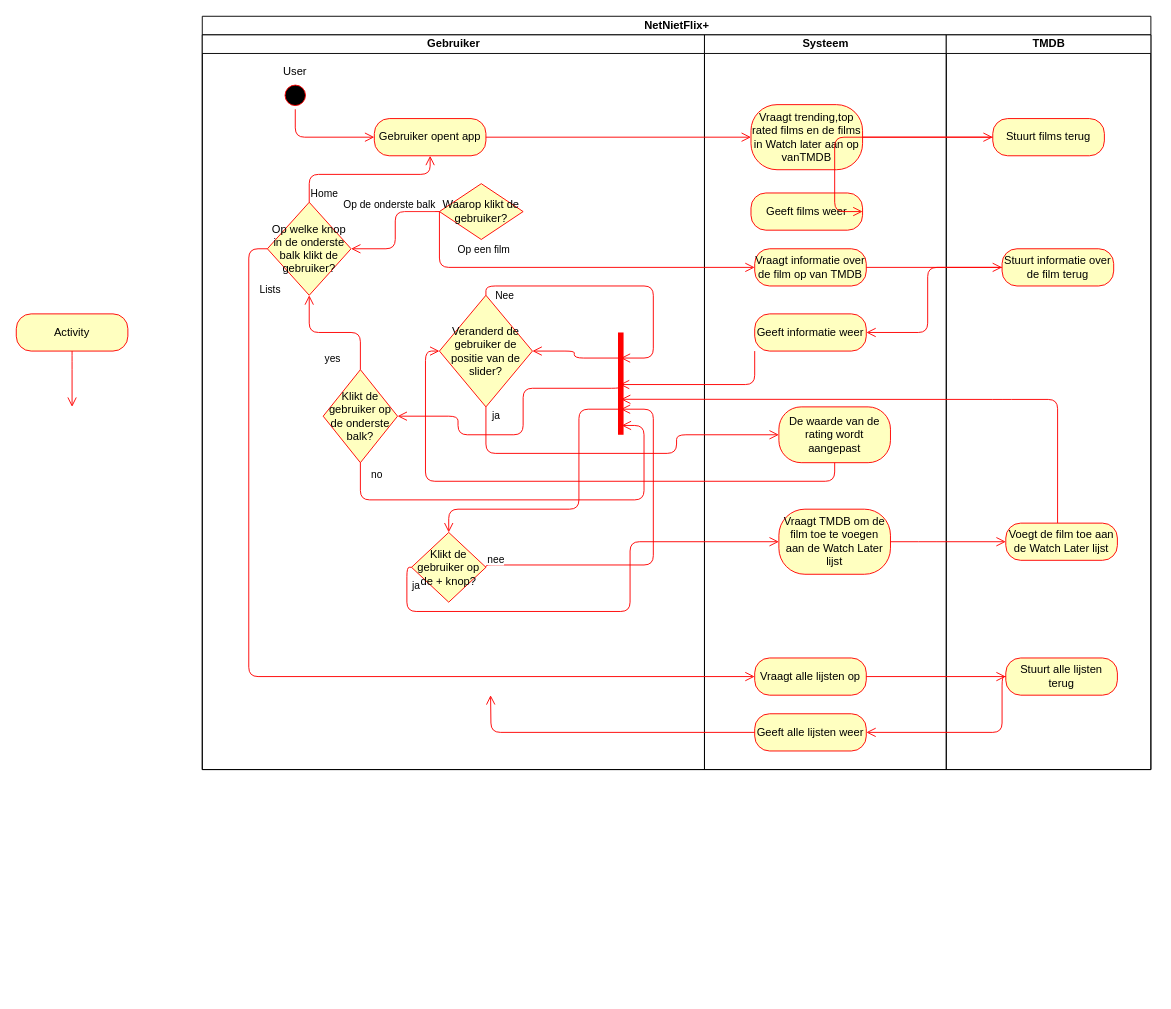
TeaDrinkingProgrammer/NetNietFlix keeps this draw.io diagram as page "Activity diagram" (5 of 5) of Diagrams/ERD.drawio. Above is the earlier version. Source tidied: cells renumbered, new cells numbered last; positions are measured from the earlier drawing's top-left corner, leaving out a move shared by most shapes. Both pictures are drawn from the tidied source at 93%, with x=0, y=0 at pixel (16, 16).
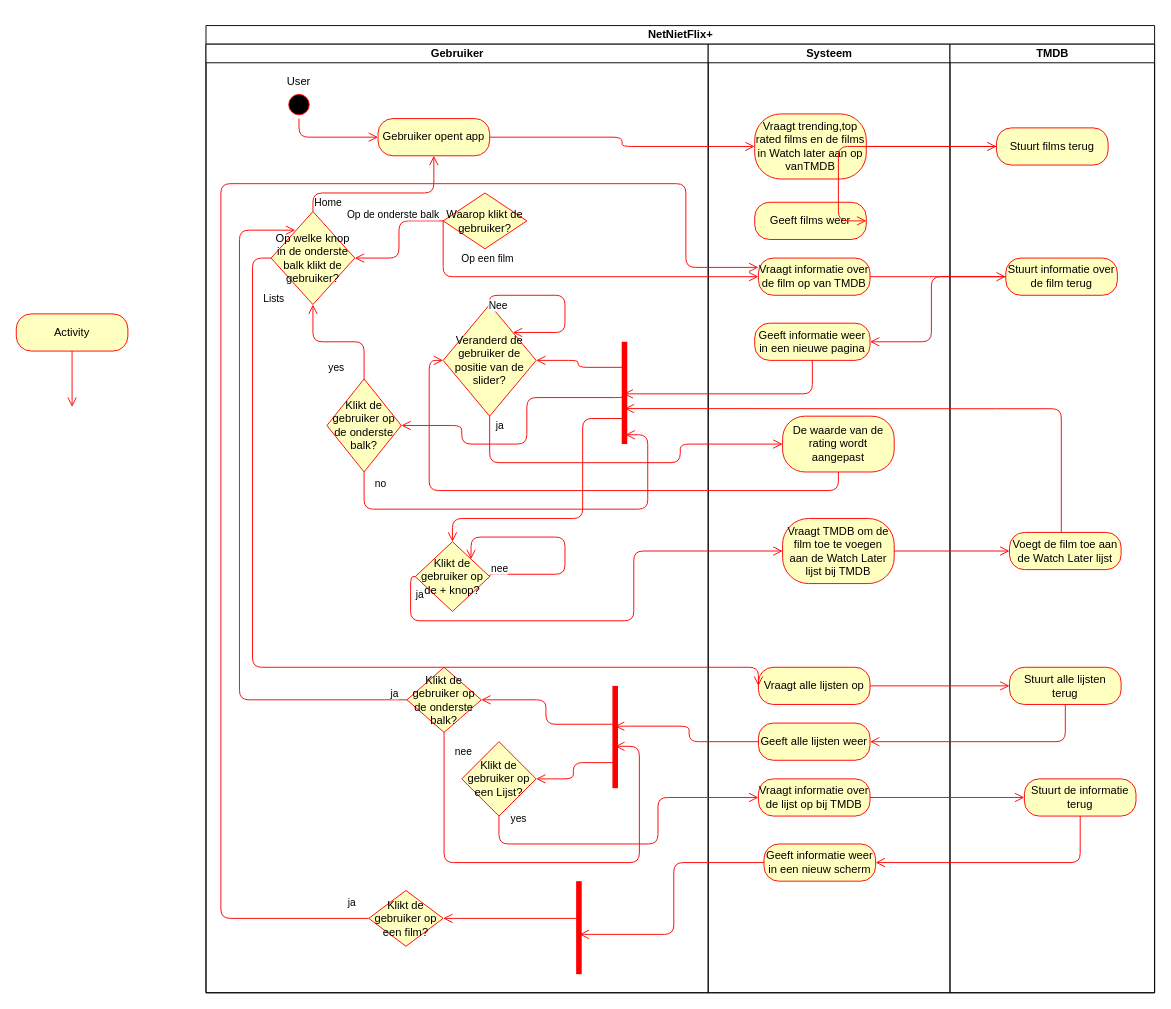
After the change.

The change refers to these unchanged cells:
```xml
<mxCell id="4" style="ellipse;html=1;shape=startState;fillColor=#000000;strokeColor=#ff0000;" parent="3" vertex="1">
  <mxGeometry x="85" y="50" width="30" height="30" as="geometry" />
</mxCell>
<mxCell id="8" value="Op welke knop in de onderste balk klikt de gebruiker?" style="rhombus;whiteSpace=wrap;html=1;fillColor=#ffffc0;strokeColor=#ff0000;" parent="3" vertex="1">
  <mxGeometry x="70" y="180" width="90" height="100" as="geometry" />
</mxCell>
<mxCell id="12" value="Veranderd de gebruiker de positie van de slider?" style="rhombus;whiteSpace=wrap;html=1;fillColor=#ffffc0;strokeColor=#ff0000;" parent="3" vertex="1">
  <mxGeometry x="255" y="280" width="100" height="120" as="geometry" />
</mxCell>
<mxCell id="13" style="shape=line;html=1;strokeWidth=6;strokeColor=#ff0000;direction=south;" parent="3" vertex="1">
  <mxGeometry x="445" y="320" width="10" height="110" as="geometry" />
</mxCell>
<mxCell id="16" value="Klikt de gebruiker op de + knop?" style="rhombus;whiteSpace=wrap;html=1;fillColor=#ffffc0;strokeColor=#ff0000;" parent="3" vertex="1">
  <mxGeometry x="225" y="535" width="80" height="75" as="geometry" />
</mxCell>
<mxCell id="27" value="Vraagt alle lijsten op" style="rounded=1;whiteSpace=wrap;html=1;arcSize=40;fontColor=#000000;fillColor=#ffffc0;strokeColor=#ff0000;" parent="24" vertex="1">
  <mxGeometry x="54" y="670" width="120" height="40" as="geometry" />
</mxCell>
<mxCell id="28" value="Geeft alle lijsten weer" style="rounded=1;whiteSpace=wrap;html=1;arcSize=40;fontColor=#000000;fillColor=#ffffc0;strokeColor=#ff0000;" parent="24" vertex="1">
  <mxGeometry x="54" y="730" width="120" height="40" as="geometry" />
</mxCell>
<mxCell id="30" value="Vraagt informatie over de film op van TMDB" style="rounded=1;whiteSpace=wrap;html=1;arcSize=40;fontColor=#000000;fillColor=#ffffc0;strokeColor=#ff0000;" parent="24" vertex="1">
  <mxGeometry x="54" y="230" width="120" height="40" as="geometry" />
</mxCell>
<mxCell id="37" value="Stuurt alle lijsten terug" style="rounded=1;whiteSpace=wrap;html=1;arcSize=40;fontColor=#000000;fillColor=#ffffc0;strokeColor=#ff0000;" parent="35" vertex="1">
  <mxGeometry x="64" y="670" width="120" height="40" as="geometry" />
</mxCell>
```

What changed in the source:
```diff
@@
     <mxCell id="2" value="NetNietFlix+" style="swimlane;html=1;startSize=20;" parent="1" vertex="1">
-      <mxGeometry x="200" width="1020" height="810" as="geometry" />
+      <mxGeometry x="204" y="10" width="1020" height="1040" as="geometry" />
     </mxCell>
     <mxCell id="3" value="Gebruiker" style="swimlane;html=1;startSize=20;" parent="2" vertex="1">
-      <mxGeometry y="20" width="540" height="790" as="geometry" />
+      <mxGeometry y="20" width="540" height="1020" as="geometry" />
     </mxCell>
@@
     <mxCell id="6" value="Gebruiker opent app" style="rounded=1;whiteSpace=wrap;html=1;arcSize=40;fontColor=#000000;fillColor=#ffffc0;strokeColor=#ff0000;" parent="3" vertex="1">
-      <mxGeometry x="185" y="90" width="120" height="40" as="geometry" />
+      <mxGeometry x="185" y="80" width="120" height="40" as="geometry" />
     </mxCell>
     <mxCell id="7" style="edgeStyle=orthogonalEdgeStyle;html=1;verticalAlign=bottom;endArrow=open;endSize=8;strokeColor=#ff0000;entryX=0;entryY=0.5;entryDx=0;entryDy=0;" parent="3" edge="1" source="4" target="6">
       <mxGeometry relative="1" as="geometry">
         <Array as="points">
-          <mxPoint x="100" y="110" />
+          <mxPoint x="100" y="100" />
         </Array>
       </mxGeometry>
     </mxCell>
@@
     <mxCell id="9" value="Home" style="edgeStyle=orthogonalEdgeStyle;html=1;align=left;verticalAlign=bottom;endArrow=open;endSize=8;strokeColor=#ff0000;exitX=0.5;exitY=0;exitDx=0;exitDy=0;entryX=0.5;entryY=1;entryDx=0;entryDy=0;" parent="3" edge="1" source="8" target="6">
       <mxGeometry x="-1" relative="1" as="geometry">
         <Array as="points">
-          <mxPoint x="115" y="150" />
-          <mxPoint x="245" y="150" />
+          <mxPoint x="115" y="160" />
+          <mxPoint x="245" y="160" />
         </Array>
       </mxGeometry>
     </mxCell>
@@
-    <mxCell id="17" value="nee" style="edgeStyle=orthogonalEdgeStyle;html=1;align=left;verticalAlign=bottom;endArrow=open;endSize=8;strokeColor=#ff0000;entryX=0.75;entryY=0.5;entryDx=0;entryDy=0;exitX=1;exitY=0.5;exitDx=0;exitDy=0;entryPerimeter=0;" parent="3" edge="1" source="16" target="13">
+    <mxCell id="17" value="nee" style="edgeStyle=orthogonalEdgeStyle;html=1;align=left;verticalAlign=bottom;endArrow=open;endSize=8;strokeColor=#ff0000;entryX=1;entryY=0;entryDx=0;entryDy=0;exitX=1;exitY=0.5;exitDx=0;exitDy=0;" parent="3" edge="1" source="16" target="16">
       <mxGeometry x="-1" relative="1" as="geometry">
         <Array as="points">
-          <mxPoint x="485" y="570" />
-          <mxPoint x="485" y="403" />
+          <mxPoint x="305" y="570" />
+          <mxPoint x="386" y="570" />
+          <mxPoint x="386" y="530" />
+          <mxPoint x="285" y="530" />
         </Array>
       </mxGeometry>
     </mxCell>
@@
-    <mxCell id="19" value="Nee" style="edgeStyle=orthogonalEdgeStyle;html=1;verticalAlign=bottom;endArrow=open;endSize=8;strokeColor=#ff0000;exitX=0.5;exitY=0;exitDx=0;exitDy=0;entryX=0.25;entryY=0.5;entryDx=0;entryDy=0;entryPerimeter=0;" parent="3" edge="1" source="12" target="13">
+    <mxCell id="19" value="Nee" style="edgeStyle=orthogonalEdgeStyle;html=1;verticalAlign=bottom;endArrow=open;endSize=8;strokeColor=#ff0000;exitX=0.5;exitY=0;exitDx=0;exitDy=0;entryX=1;entryY=0;entryDx=0;entryDy=0;" parent="3" edge="1" source="12" target="12">
       <mxGeometry x="-0.8" y="-20" relative="1" as="geometry">
         <Array as="points">
           <mxPoint x="305" y="270" />
-          <mxPoint x="485" y="270" />
-          <mxPoint x="485" y="348" />
+          <mxPoint x="386" y="270" />
+          <mxPoint x="386" y="310" />
         </Array>
       </mxGeometry>
     </mxCell>
@@
+    <mxCell id="56" value="Klikt de gebruiker op een Lijst?" style="rhombus;whiteSpace=wrap;html=1;fillColor=#ffffc0;strokeColor=#ff0000;" parent="3" vertex="1">
+      <mxGeometry x="275" y="750" width="80" height="80" as="geometry" />
+    </mxCell>
+    <mxCell id="57" value="Klikt de gebruiker op een film?" style="rhombus;whiteSpace=wrap;html=1;fillColor=#ffffc0;strokeColor=#ff0000;" parent="3" vertex="1">
+      <mxGeometry x="175" y="910" width="80" height="60" as="geometry" />
+    </mxCell>
+    <mxCell id="58" style="shape=line;html=1;strokeWidth=6;strokeColor=#ff0000;direction=south;" parent="3" vertex="1">
+      <mxGeometry x="396" y="900" width="10" height="100" as="geometry" />
+    </mxCell>
+    <mxCell id="59" style="edgeStyle=orthogonalEdgeStyle;html=1;verticalAlign=bottom;endArrow=open;endSize=8;strokeColor=#ff0000;entryX=1;entryY=0.5;entryDx=0;entryDy=0;" parent="3" edge="1" target="57">
+      <mxGeometry relative="1" as="geometry">
+        <mxPoint x="401" y="940" as="sourcePoint" />
+        <Array as="points">
+          <mxPoint x="401" y="940" />
+        </Array>
+      </mxGeometry>
+    </mxCell>
+    <mxCell id="60" style="shape=line;html=1;strokeWidth=6;strokeColor=#ff0000;direction=south;" parent="3" vertex="1">
+      <mxGeometry x="435" y="690" width="10" height="110" as="geometry" />
+    </mxCell>
+    <mxCell id="61" style="edgeStyle=orthogonalEdgeStyle;html=1;verticalAlign=bottom;endArrow=open;endSize=8;strokeColor=#ff0000;entryX=1;entryY=0.5;entryDx=0;entryDy=0;exitX=0.75;exitY=0.5;exitDx=0;exitDy=0;exitPerimeter=0;" parent="3" edge="1" source="60" target="56">
+      <mxGeometry relative="1" as="geometry" />
+    </mxCell>
+    <mxCell id="62" value="Klikt de gebruiker op de onderste balk?" style="rhombus;whiteSpace=wrap;html=1;fillColor=#ffffc0;strokeColor=#ff0000;" parent="3" vertex="1">
+      <mxGeometry x="216" y="670" width="80" height="70" as="geometry" />
+    </mxCell>
+    <mxCell id="63" style="edgeStyle=orthogonalEdgeStyle;html=1;align=left;verticalAlign=bottom;endArrow=open;endSize=8;strokeColor=#ff0000;exitX=0.375;exitY=0.459;exitDx=0;exitDy=0;exitPerimeter=0;entryX=1;entryY=0.5;entryDx=0;entryDy=0;" parent="3" edge="1" source="60" target="62">
+      <mxGeometry x="-1" relative="1" as="geometry" />
+    </mxCell>
+    <mxCell id="64" value="ja" style="edgeStyle=orthogonalEdgeStyle;html=1;align=left;verticalAlign=top;endArrow=open;endSize=8;strokeColor=#ff0000;entryX=0.289;entryY=0.2;entryDx=0;entryDy=0;entryPerimeter=0;exitX=0;exitY=0.5;exitDx=0;exitDy=0;" parent="3" edge="1" source="62" target="8">
+      <mxGeometry x="-0.95" y="-20" relative="1" as="geometry">
+        <Array as="points">
+          <mxPoint x="36" y="705" />
+          <mxPoint x="36" y="200" />
+        </Array>
+      </mxGeometry>
+    </mxCell>
+    <mxCell id="65" value="nee" style="edgeStyle=orthogonalEdgeStyle;html=1;align=left;verticalAlign=bottom;endArrow=open;endSize=8;strokeColor=#ff0000;exitX=0.5;exitY=1;exitDx=0;exitDy=0;" parent="3" edge="1" source="62">
+      <mxGeometry x="-0.88" y="10" relative="1" as="geometry">
+        <mxPoint x="440" y="755" as="targetPoint" />
+        <Array as="points">
+          <mxPoint x="256" y="880" />
+          <mxPoint x="466" y="880" />
+          <mxPoint x="466" y="755" />
+        </Array>
+      </mxGeometry>
+    </mxCell>
     <mxCell id="24" value="Systeem" style="swimlane;html=1;startSize=20;" parent="2" vertex="1">
-      <mxGeometry x="540" y="20" width="260" height="790" as="geometry" />
+      <mxGeometry x="540" y="20" width="260" height="1020" as="geometry" />
     </mxCell>
@@
-    <mxCell id="29" style="edgeStyle=orthogonalEdgeStyle;html=1;verticalAlign=bottom;endArrow=open;endSize=8;strokeColor=#ff0000;" parent="24" edge="1" source="28">
-      <mxGeometry relative="1" as="geometry">
-        <mxPoint x="-230" y="710" as="targetPoint" />
-      </mxGeometry>
-    </mxCell>
@@
-    <mxCell id="31" value="Geeft informatie weer" style="rounded=1;whiteSpace=wrap;html=1;arcSize=40;fontColor=#000000;fillColor=#ffffc0;strokeColor=#ff0000;" parent="24" vertex="1">
-      <mxGeometry x="54" y="300" width="120" height="40" as="geometry" />
+    <mxCell id="31" value="Geeft informatie weer in een nieuwe pagina" style="rounded=1;whiteSpace=wrap;html=1;arcSize=40;fontColor=#000000;fillColor=#ffffc0;strokeColor=#ff0000;" parent="24" vertex="1">
+      <mxGeometry x="50" y="300" width="124" height="40" as="geometry" />
     </mxCell>
@@
-    <mxCell id="33" value="Vraagt TMDB om de film toe te voegen aan de Watch Later lijst" style="rounded=1;whiteSpace=wrap;html=1;arcSize=40;fontColor=#000000;fillColor=#ffffc0;strokeColor=#ff0000;" parent="24" vertex="1">
+    <mxCell id="33" value="Vraagt TMDB om de film toe te voegen aan de Watch Later lijst bij TMDB" style="rounded=1;whiteSpace=wrap;html=1;arcSize=40;fontColor=#000000;fillColor=#ffffc0;strokeColor=#ff0000;" parent="24" vertex="1">
       <mxGeometry x="80" y="510" width="120" height="70" as="geometry" />
     </mxCell>
+    <mxCell id="66" value="Vraagt informatie over de lijst op bij TMDB" style="rounded=1;whiteSpace=wrap;html=1;arcSize=40;fontColor=#000000;fillColor=#ffffc0;strokeColor=#ff0000;" parent="24" vertex="1">
+      <mxGeometry x="54" y="790" width="120" height="40" as="geometry" />
+    </mxCell>
+    <mxCell id="67" value="Geeft informatie weer in een nieuw scherm" style="rounded=1;whiteSpace=wrap;html=1;arcSize=40;fontColor=#000000;fillColor=#ffffc0;strokeColor=#ff0000;" parent="24" vertex="1">
+      <mxGeometry x="60" y="860" width="120" height="40" as="geometry" />
+    </mxCell>
@@
     <mxCell id="35" value="TMDB" style="swimlane;html=1;startSize=20;" parent="2" vertex="1">
-      <mxGeometry x="800" y="20" width="220" height="790" as="geometry" />
+      <mxGeometry x="800" y="20" width="220" height="1020" as="geometry" />
     </mxCell>
@@
+    <mxCell id="68" value="Stuurt de informatie terug" style="rounded=1;whiteSpace=wrap;html=1;arcSize=40;fontColor=#000000;fillColor=#ffffc0;strokeColor=#ff0000;" parent="35" vertex="1">
+      <mxGeometry x="80" y="790" width="120" height="40" as="geometry" />
+    </mxCell>
@@
     <mxCell id="42" value="Lists" style="edgeStyle=orthogonalEdgeStyle;html=1;align=left;verticalAlign=top;endArrow=open;endSize=8;strokeColor=#ff0000;exitX=0;exitY=0.5;exitDx=0;exitDy=0;entryX=0;entryY=0.5;entryDx=0;entryDy=0;" parent="2" edge="1" source="8" target="27">
       <mxGeometry x="-0.9" y="10" relative="1" as="geometry">
         <Array as="points">
           <mxPoint x="50" y="250" />
-          <mxPoint x="50" y="710" />
+          <mxPoint x="50" y="690" />
+          <mxPoint x="594" y="690" />
         </Array>
       </mxGeometry>
     </mxCell>
@@
     <mxCell id="44" style="edgeStyle=orthogonalEdgeStyle;html=1;verticalAlign=bottom;endArrow=open;endSize=8;strokeColor=#ff0000;entryX=1;entryY=0.5;entryDx=0;entryDy=0;" parent="2" edge="1" source="37" target="28">
       <mxGeometry relative="1" as="geometry">
         <Array as="points">
-          <mxPoint x="860" y="770" />
+          <mxPoint x="924" y="770" />
         </Array>
       </mxGeometry>
     </mxCell>
@@
-    <mxCell id="48" style="edgeStyle=orthogonalEdgeStyle;html=1;verticalAlign=bottom;endArrow=open;endSize=8;strokeColor=#ff0000;entryX=0.509;entryY=0.6;entryDx=0;entryDy=0;entryPerimeter=0;" parent="2" edge="1" source="31" target="13">
+    <mxCell id="48" style="edgeStyle=orthogonalEdgeStyle;html=1;verticalAlign=bottom;endArrow=open;endSize=8;strokeColor=#ff0000;entryX=0.509;entryY=0.6;entryDx=0;entryDy=0;entryPerimeter=0;exitX=0.5;exitY=1;exitDx=0;exitDy=0;" parent="2" edge="1" source="31" target="13">
       <mxGeometry relative="1" as="geometry">
         <Array as="points">
-          <mxPoint x="594" y="396" />
+          <mxPoint x="652" y="396" />
         </Array>
       </mxGeometry>
     </mxCell>
@@
+    <mxCell id="29" style="edgeStyle=orthogonalEdgeStyle;html=1;verticalAlign=bottom;endArrow=open;endSize=8;strokeColor=#ff0000;entryX=0.394;entryY=0.528;entryDx=0;entryDy=0;entryPerimeter=0;" parent="2" edge="1" source="28" target="60">
+      <mxGeometry relative="1" as="geometry" />
+    </mxCell>
+    <mxCell id="69" style="edgeStyle=orthogonalEdgeStyle;html=1;verticalAlign=bottom;endArrow=open;endSize=8;strokeColor=#ff0000;entryX=0;entryY=0.5;entryDx=0;entryDy=0;" parent="2" edge="1" source="66" target="68">
+      <mxGeometry relative="1" as="geometry" />
+    </mxCell>
+    <mxCell id="70" style="edgeStyle=orthogonalEdgeStyle;html=1;verticalAlign=bottom;endArrow=open;endSize=8;strokeColor=#ff0000;entryX=1;entryY=0.5;entryDx=0;entryDy=0;" parent="2" edge="1" source="68" target="67">
+      <mxGeometry relative="1" as="geometry">
+        <Array as="points">
+          <mxPoint x="940" y="900" />
+        </Array>
+      </mxGeometry>
+    </mxCell>
+    <mxCell id="71" value="yes" style="edgeStyle=orthogonalEdgeStyle;html=1;align=left;verticalAlign=top;endArrow=open;endSize=8;strokeColor=#ff0000;" parent="2" edge="1" source="56">
+      <mxGeometry x="-1" y="15" relative="1" as="geometry">
+        <mxPoint x="594" y="830" as="targetPoint" />
+        <Array as="points">
+          <mxPoint x="315" y="880" />
+          <mxPoint x="486" y="880" />
+          <mxPoint x="486" y="830" />
+        </Array>
+        <mxPoint x="-4" y="-10" as="offset" />
+      </mxGeometry>
+    </mxCell>
+    <mxCell id="72" style="edgeStyle=orthogonalEdgeStyle;html=1;verticalAlign=bottom;endArrow=open;endSize=8;strokeColor=#ff0000;entryX=0.572;entryY=0.433;entryDx=0;entryDy=0;entryPerimeter=0;" parent="2" edge="1" source="67" target="58">
+      <mxGeometry relative="1" as="geometry" />
+    </mxCell>
+    <mxCell id="73" value="ja" style="edgeStyle=orthogonalEdgeStyle;html=1;align=left;verticalAlign=top;endArrow=open;endSize=8;strokeColor=#ff0000;entryX=0;entryY=0.25;entryDx=0;entryDy=0;" parent="2" edge="1" source="57" target="30">
+      <mxGeometry x="-0.97" y="-30" relative="1" as="geometry">
+        <Array as="points">
+          <mxPoint x="16" y="960" />
+          <mxPoint x="16" y="170" />
+          <mxPoint x="516" y="170" />
+          <mxPoint x="516" y="260" />
+        </Array>
+      </mxGeometry>
+    </mxCell>
```
